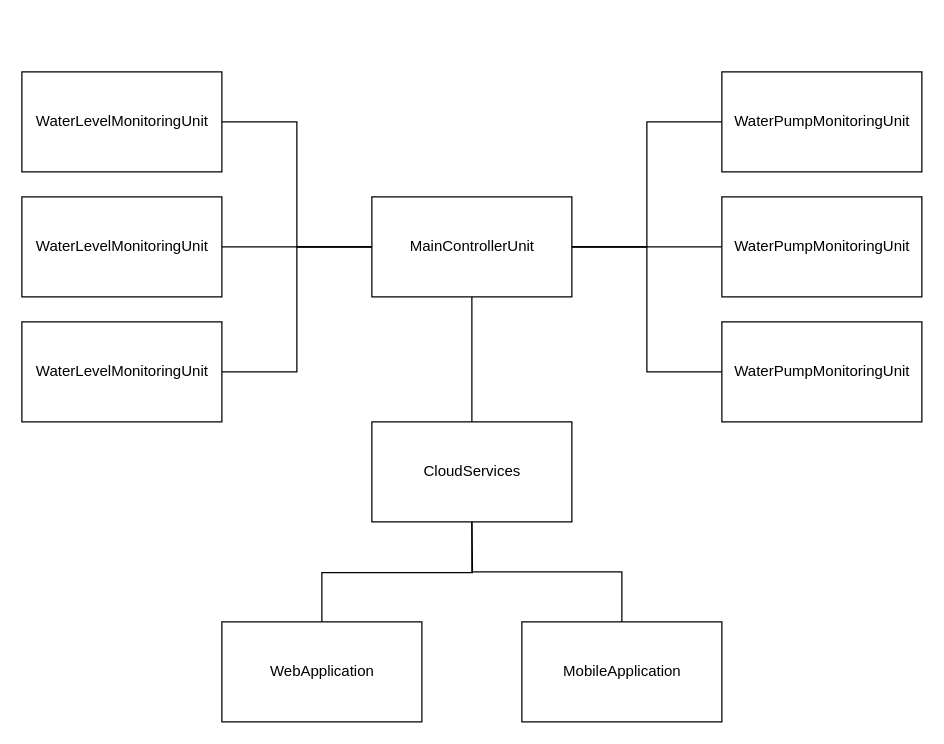
Earlier version of the draw.io diagram notes/ArchitecturalDiagrams.drawio (aniruddhand/ciot-capstone). Source tidied: cells renumbered, new cells numbered last; positions are measured from the earlier drawing's top-left corner, leaving out a move shared by most shapes. Both pictures are drawn from the tidied source at 125%, with x=0, y=0 at pixel (21, 71).
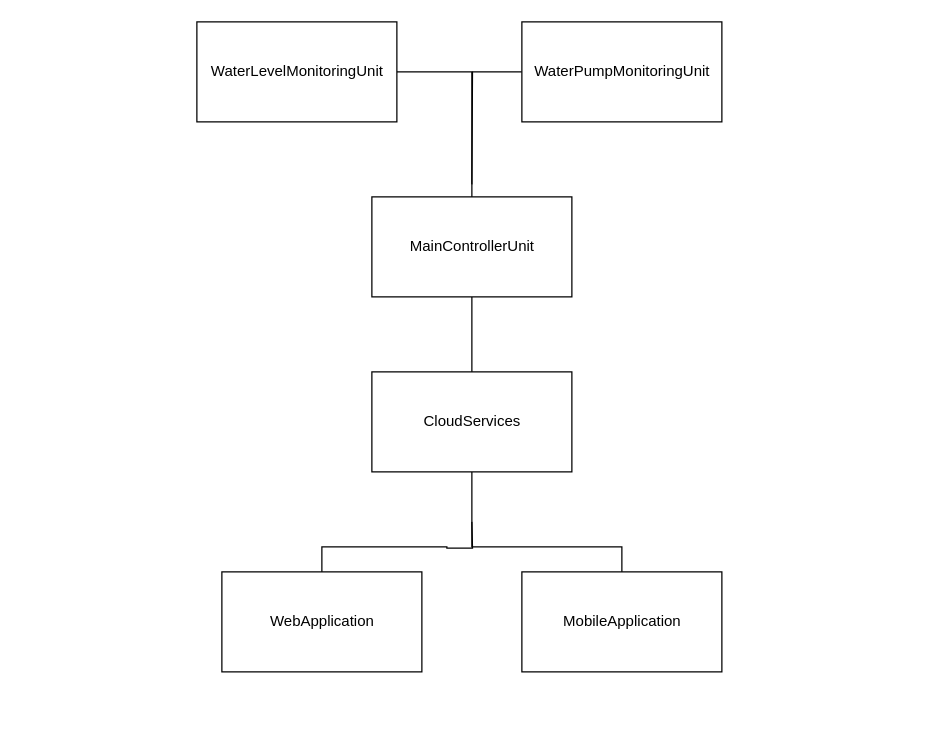
After the change.

Commit message:
Updated for single apartment use case

Unchanged cells that the change refers to:
```xml
<mxCell id="5" value="MainControllerUnit" style="html=1;" parent="1" vertex="1">
  <mxGeometry x="280" y="100" width="160" height="80" as="geometry" />
</mxCell>
```

Diff of the diagram source:
```diff
@@
-    <mxCell id="2" style="edgeStyle=orthogonalEdgeStyle;rounded=0;jettySize=auto;html=1;entryX=0;entryY=0.5;entryDx=0;entryDy=0;endArrow=none;endFill=0;" parent="1" edge="1" source="3" target="5">
+    <mxCell id="2" style="edgeStyle=orthogonalEdgeStyle;rounded=0;jettySize=auto;html=1;entryX=0.5;entryY=0;entryDx=0;entryDy=0;endArrow=none;endFill=0;exitX=1;exitY=0.5;exitDx=0;exitDy=0;" parent="1" edge="1" source="3" target="5">
       <mxGeometry relative="1" as="geometry" />
     </mxCell>
     <mxCell id="3" value="WaterLevelMonitoringUnit" style="html=1;" parent="1" vertex="1">
-      <mxGeometry width="160" height="80" as="geometry" />
+      <mxGeometry x="140" y="-40" width="160" height="80" as="geometry" />
     </mxCell>
@@
-    <mxCell id="6" style="edgeStyle=orthogonalEdgeStyle;rounded=0;jettySize=auto;html=1;exitX=1;exitY=0.5;exitDx=0;exitDy=0;endArrow=none;endFill=0;" parent="1" edge="1" source="7" target="5">
-      <mxGeometry relative="1" as="geometry" />
-    </mxCell>
-    <mxCell id="7" value="WaterLevelMonitoringUnit" style="html=1;" parent="1" vertex="1">
-      <mxGeometry y="100" width="160" height="80" as="geometry" />
-    </mxCell>
-    <mxCell id="8" style="edgeStyle=orthogonalEdgeStyle;rounded=0;jettySize=auto;html=1;exitX=1;exitY=0.5;exitDx=0;exitDy=0;entryX=0;entryY=0.5;entryDx=0;entryDy=0;endArrow=none;endFill=0;" parent="1" edge="1" source="9" target="5">
-      <mxGeometry relative="1" as="geometry" />
-    </mxCell>
-    <mxCell id="9" value="WaterLevelMonitoringUnit" style="html=1;" parent="1" vertex="1">
-      <mxGeometry y="200" width="160" height="80" as="geometry" />
-    </mxCell>
     <mxCell id="10" value="CloudServices" style="html=1;" parent="1" vertex="1">
-      <mxGeometry x="280" y="280" width="160" height="80" as="geometry" />
+      <mxGeometry x="280" y="240" width="160" height="80" as="geometry" />
     </mxCell>
@@
     <mxCell id="12" value="WebApplication" style="html=1;" parent="1" vertex="1">
-      <mxGeometry x="160" y="440" width="160" height="80" as="geometry" />
+      <mxGeometry x="160" y="400" width="160" height="80" as="geometry" />
     </mxCell>
     <mxCell id="13" style="edgeStyle=orthogonalEdgeStyle;rounded=0;jettySize=auto;html=1;entryX=0.5;entryY=1;entryDx=0;entryDy=0;endArrow=none;endFill=0;" parent="1" edge="1" source="14" target="10">
-      <mxGeometry relative="1" as="geometry" />
+      <mxGeometry relative="1" as="geometry">
+        <Array as="points">
+          <mxPoint x="480" y="380" />
+          <mxPoint x="360" y="380" />
+        </Array>
+      </mxGeometry>
     </mxCell>
     <mxCell id="14" value="MobileApplication" style="html=1;" parent="1" vertex="1">
-      <mxGeometry x="400" y="440" width="160" height="80" as="geometry" />
+      <mxGeometry x="400" y="400" width="160" height="80" as="geometry" />
     </mxCell>
-    <mxCell id="15" style="edgeStyle=orthogonalEdgeStyle;rounded=0;jettySize=auto;html=1;exitX=0;exitY=0.5;exitDx=0;exitDy=0;entryX=1;entryY=0.5;entryDx=0;entryDy=0;endArrow=none;endFill=0;" parent="1" edge="1" source="16" target="5">
-      <mxGeometry relative="1" as="geometry" />
+    <mxCell id="15" style="edgeStyle=orthogonalEdgeStyle;rounded=0;jettySize=auto;html=1;exitX=0;exitY=0.5;exitDx=0;exitDy=0;endArrow=none;endFill=0;" parent="1" edge="1" source="16">
+      <mxGeometry relative="1" as="geometry">
+        <mxPoint x="360" y="90" as="targetPoint" />
+      </mxGeometry>
     </mxCell>
     <mxCell id="16" value="WaterPumpMonitoringUnit" style="html=1;" parent="1" vertex="1">
-      <mxGeometry x="560" width="160" height="80" as="geometry" />
+      <mxGeometry x="400" y="-40" width="160" height="80" as="geometry" />
     </mxCell>
-    <mxCell id="17" style="edgeStyle=orthogonalEdgeStyle;rounded=0;jettySize=auto;html=1;exitX=0;exitY=0.5;exitDx=0;exitDy=0;endArrow=none;endFill=0;" parent="1" edge="1" source="18">
-      <mxGeometry relative="1" as="geometry">
-        <mxPoint x="440" y="140" as="targetPoint" />
-      </mxGeometry>
-    </mxCell>
-    <mxCell id="18" value="WaterPumpMonitoringUnit" style="html=1;" parent="1" vertex="1">
-      <mxGeometry x="560" y="100" width="160" height="80" as="geometry" />
-    </mxCell>
-    <mxCell id="19" style="edgeStyle=orthogonalEdgeStyle;rounded=0;jettySize=auto;html=1;entryX=1;entryY=0.5;entryDx=0;entryDy=0;endArrow=none;endFill=0;" parent="1" edge="1" source="20" target="5">
-      <mxGeometry relative="1" as="geometry" />
-    </mxCell>
-    <mxCell id="20" value="WaterPumpMonitoringUnit" style="html=1;" parent="1" vertex="1">
-      <mxGeometry x="560" y="200" width="160" height="80" as="geometry" />
-    </mxCell>
```
